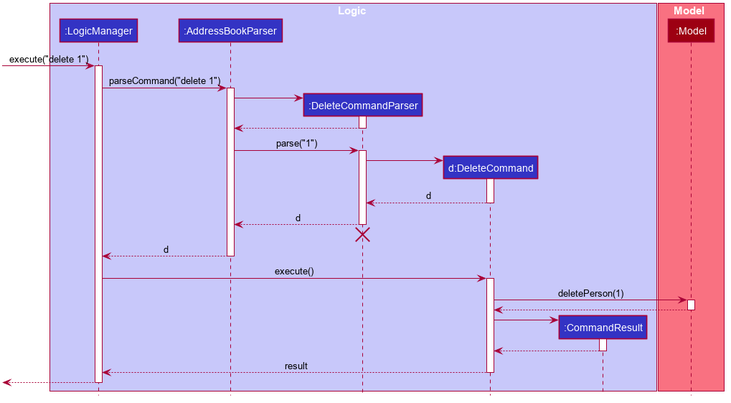
Above: docs/images/DeleteSequenceDiagram.png in nus-cs2103-AY1920S1/addressbook-level3 (PlantUML), before the change.
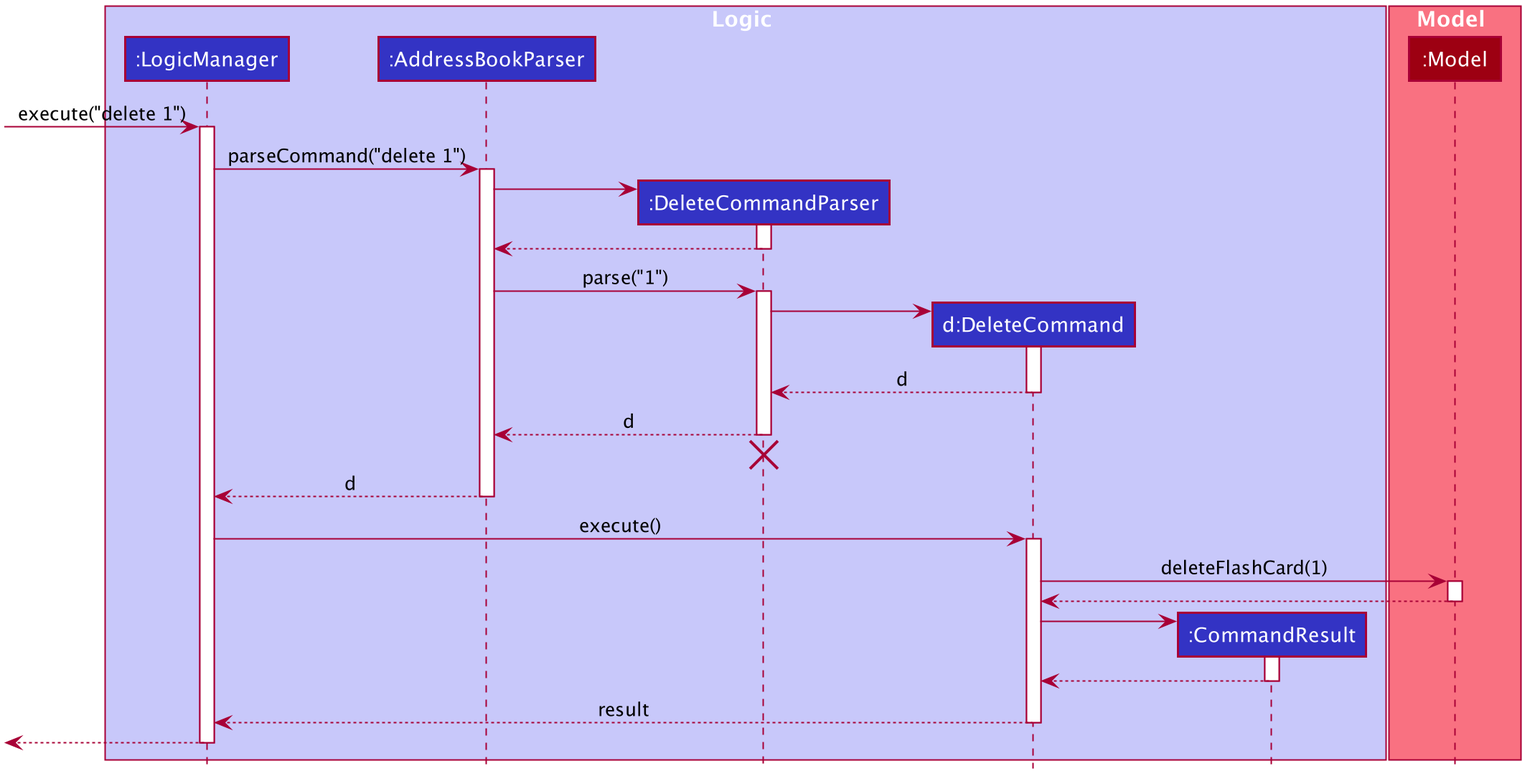
After the change.

Commit message:
- update the delete sequence Diagram and Architecture Sequence Diagram

Diff of the diagram source:
```diff
@@ -94,7 +94,7 @@
 LogicManager -> DeleteCommand : execute()
 activate DeleteCommand
 
-DeleteCommand -> Model : deletePerson(1)
+DeleteCommand -> Model : deleteFlashCard(1)
 activate Model
 
 Model --> DeleteCommand
```
